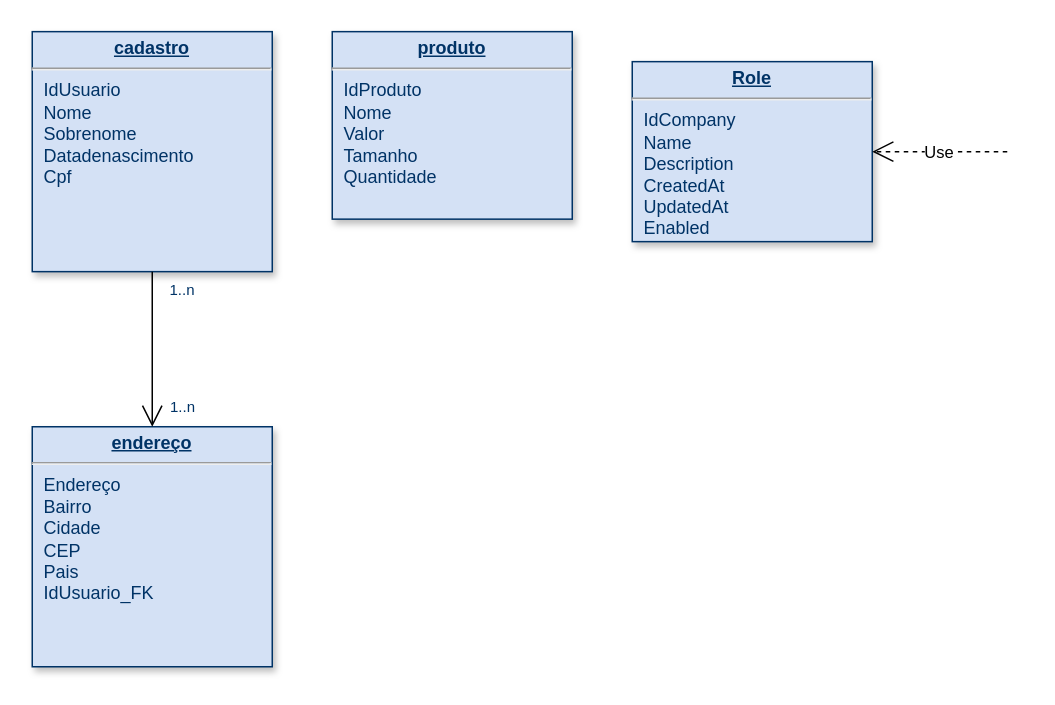
Above: desenho/supertennis.drawio in jhonatalimamacedo/supertennisbd (draw.io), before the change. Source tidied: cells renumbered, new cells numbered last; positions are measured from the earlier drawing's top-left corner, leaving out a move shared by most shapes. Both pictures are drawn from the tidied source at 150%, with x=0, y=0 at pixel (32, 32).
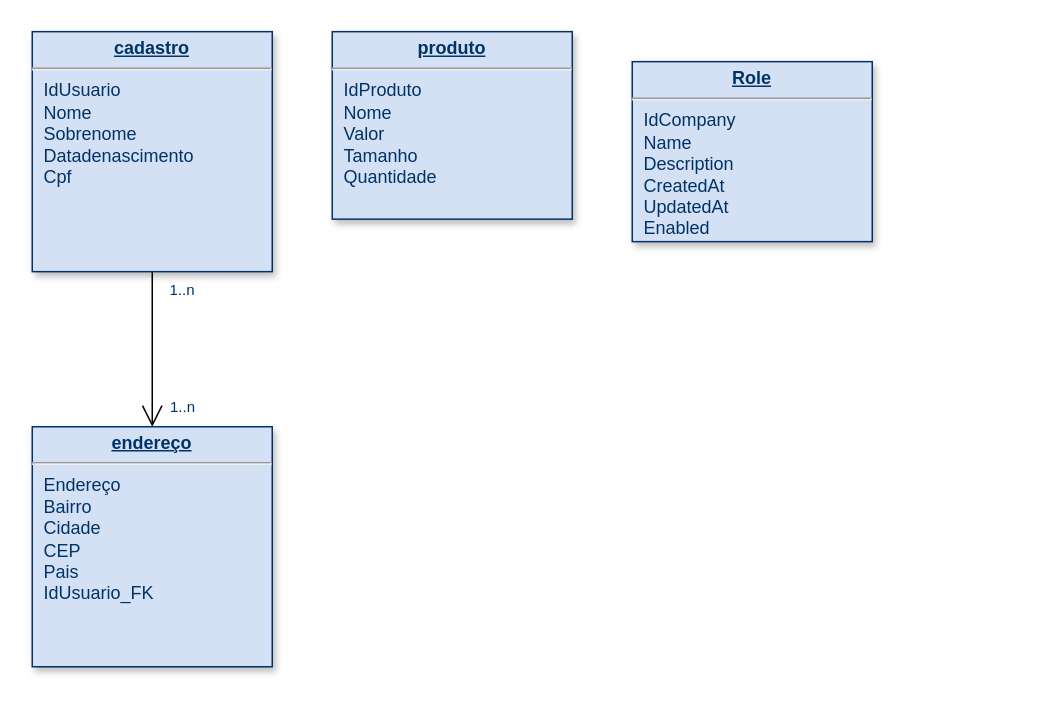
After the change.

The edit, as a diff of the source:
```diff
@@
 <mxGraphModel>
   <root>
     <mxCell id="0" />
     <mxCell id="1" parent="0" />
     <mxCell id="2" value="&lt;p style=&quot;margin: 0px; margin-top: 4px; text-align: center; text-decoration: underline;&quot;&gt;&lt;strong&gt;Role&lt;/strong&gt;&lt;/p&gt;&lt;hr /&gt;&lt;p style=&quot;margin: 0px; margin-left: 8px;&quot;&gt;IdCompany&lt;br /&gt;Name&lt;/p&gt;&lt;p style=&quot;margin: 0px; margin-left: 8px;&quot;&gt;Description&lt;/p&gt;&lt;p style=&quot;margin: 0px; margin-left: 8px;&quot;&gt;CreatedAt&lt;/p&gt;&lt;p style=&quot;margin: 0px; margin-left: 8px;&quot;&gt;UpdatedAt&lt;/p&gt;&lt;p style=&quot;margin: 0px; margin-left: 8px;&quot;&gt;Enabled&lt;/p&gt;" style="verticalAlign=top;align=left;overflow=fill;fontSize=12;fontFamily=Helvetica;html=1;strokeColor=#003366;shadow=1;fillColor=#D4E1F5;fontColor=#003366;" parent="1" vertex="1">
       <mxGeometry x="400" y="19.6" width="160" height="120" as="geometry" />
     </mxCell>
     <mxCell id="3" value="&lt;p style=&quot;margin: 0px ; margin-top: 4px ; text-align: center ; text-decoration: underline&quot;&gt;&lt;b&gt;produto&lt;/b&gt;&lt;/p&gt;&lt;hr&gt;&lt;p style=&quot;margin: 0px ; margin-left: 8px&quot;&gt;IdProduto&lt;/p&gt;&lt;p style=&quot;margin: 0px ; margin-left: 8px&quot;&gt;Nome&lt;/p&gt;&lt;p style=&quot;margin: 0px ; margin-left: 8px&quot;&gt;Valor&lt;/p&gt;&lt;p style=&quot;margin: 0px ; margin-left: 8px&quot;&gt;Tamanho&lt;/p&gt;&lt;p style=&quot;margin: 0px ; margin-left: 8px&quot;&gt;Quantidade&lt;/p&gt;" style="verticalAlign=top;align=left;overflow=fill;fontSize=12;fontFamily=Helvetica;html=1;strokeColor=#003366;shadow=1;fillColor=#D4E1F5;fontColor=#003366;" parent="1" vertex="1">
       <mxGeometry x="200" y="-0.4" width="160" height="125" as="geometry" />
     </mxCell>
     <mxCell id="4" value="&lt;p style=&quot;margin: 0px ; margin-top: 4px ; text-align: center ; text-decoration: underline&quot;&gt;&lt;b&gt;endereço&lt;/b&gt;&lt;/p&gt;&lt;hr&gt;&lt;p style=&quot;margin: 0px ; margin-left: 8px&quot;&gt;Endereço&lt;/p&gt;&lt;p style=&quot;margin: 0px ; margin-left: 8px&quot;&gt;Bairro&lt;/p&gt;&lt;p style=&quot;margin: 0px ; margin-left: 8px&quot;&gt;Cidade&lt;/p&gt;&lt;p style=&quot;margin: 0px ; margin-left: 8px&quot;&gt;CEP&lt;/p&gt;&lt;p style=&quot;margin: 0px ; margin-left: 8px&quot;&gt;Pais&lt;/p&gt;&lt;p style=&quot;margin: 0px ; margin-left: 8px&quot;&gt;IdUsuario_FK&lt;/p&gt;&lt;p style=&quot;margin: 0px ; margin-left: 8px&quot;&gt;&lt;br&gt;&lt;/p&gt;" style="verticalAlign=top;align=left;overflow=fill;fontSize=12;fontFamily=Helvetica;html=1;strokeColor=#003366;shadow=1;fillColor=#D4E1F5;fontColor=#003366;" parent="1" vertex="1">
       <mxGeometry y="263" width="160" height="160" as="geometry" />
     </mxCell>
     <mxCell id="5" value="&lt;p style=&quot;margin: 0px ; margin-top: 4px ; text-align: center ; text-decoration: underline&quot;&gt;&lt;strong&gt;cadastro&lt;/strong&gt;&lt;/p&gt;&lt;hr&gt;&lt;p style=&quot;margin: 0px ; margin-left: 8px&quot;&gt;IdUsuario&lt;/p&gt;&lt;p style=&quot;margin: 0px ; margin-left: 8px&quot;&gt;Nome&lt;/p&gt;&lt;p style=&quot;margin: 0px ; margin-left: 8px&quot;&gt;Sobrenome&lt;/p&gt;&lt;p style=&quot;margin: 0px ; margin-left: 8px&quot;&gt;Datadenascimento&lt;/p&gt;&lt;p style=&quot;margin: 0px ; margin-left: 8px&quot;&gt;Cpf&lt;/p&gt;&lt;p style=&quot;margin: 0px ; margin-left: 8px&quot;&gt;&lt;br&gt;&lt;/p&gt;" style="verticalAlign=top;align=left;overflow=fill;fontSize=12;fontFamily=Helvetica;html=1;strokeColor=#003366;shadow=1;fillColor=#D4E1F5;fontColor=#003366;" parent="1" vertex="1">
       <mxGeometry y="-0.4" width="160" height="160" as="geometry" />
     </mxCell>
     <mxCell id="6" style="endArrow=open;endSize=12;startArrow=none;startSize=14;startFill=0;edgeStyle=orthogonalEdgeStyle;rounded=0;jumpStyle=none;" parent="1" edge="1" source="5" target="4">
       <mxGeometry x="620" y="340" as="geometry" />
     </mxCell>
     <mxCell id="7" value="1..n" style="align=left;verticalAlign=top;labelBackgroundColor=#ffffff;fontSize=10;strokeColor=#003366;shadow=1;fillColor=#D4E1F5;fontColor=#003366;" parent="6" vertex="1">
       <mxGeometry x="-1" relative="1" as="geometry">
         <mxPoint x="10" as="offset" />
       </mxGeometry>
     </mxCell>
     <mxCell id="8" value="1..n" style="align=right;verticalAlign=top;labelBackgroundColor=#ffffff;fontSize=10;strokeColor=#003366;shadow=1;fillColor=#D4E1F5;fontColor=#003366;" parent="6" vertex="1">
       <mxGeometry x="1" relative="1" as="geometry">
         <mxPoint x="30" y="-25" as="offset" />
       </mxGeometry>
     </mxCell>
-    <mxCell id="9" value="Use" style="endArrow=open;endSize=12;dashed=1;" parent="1" edge="1" target="2">
-      <mxGeometry x="430" y="50" as="geometry">
-        <mxPoint x="650" y="79.6" as="sourcePoint" />
-      </mxGeometry>
-    </mxCell>
   </root>
 </mxGraphModel>
```
